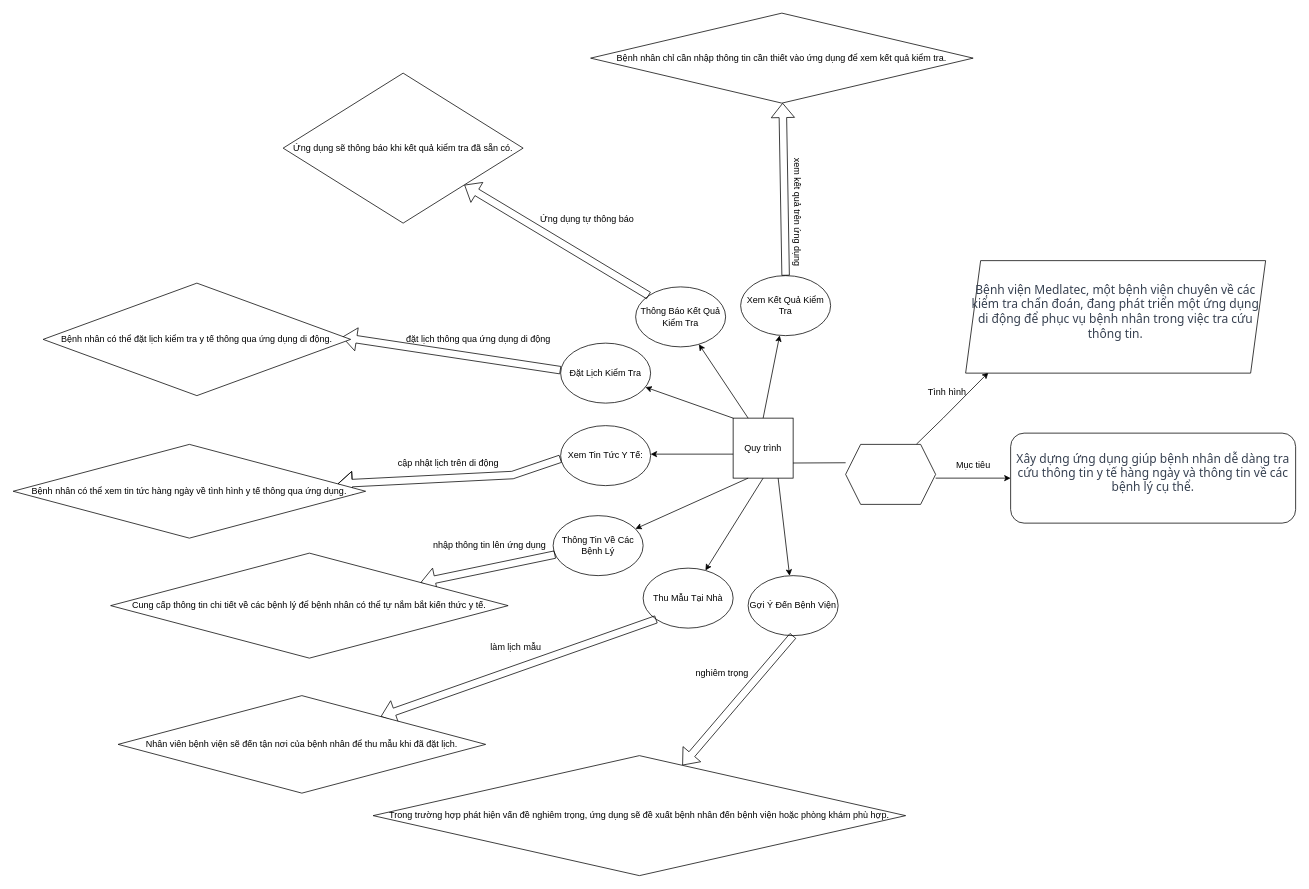
quandne2004/chapter3 keeps this draw.io diagram as Medlatec hospital.drawio. Above is the earlier version. Source tidied: cells renumbered, new cells numbered last; positions are measured from the earlier drawing's top-left corner, leaving out a move shared by most shapes. Both pictures are drawn from the tidied source at 75%, with x=0, y=0 at pixel (13, 13).
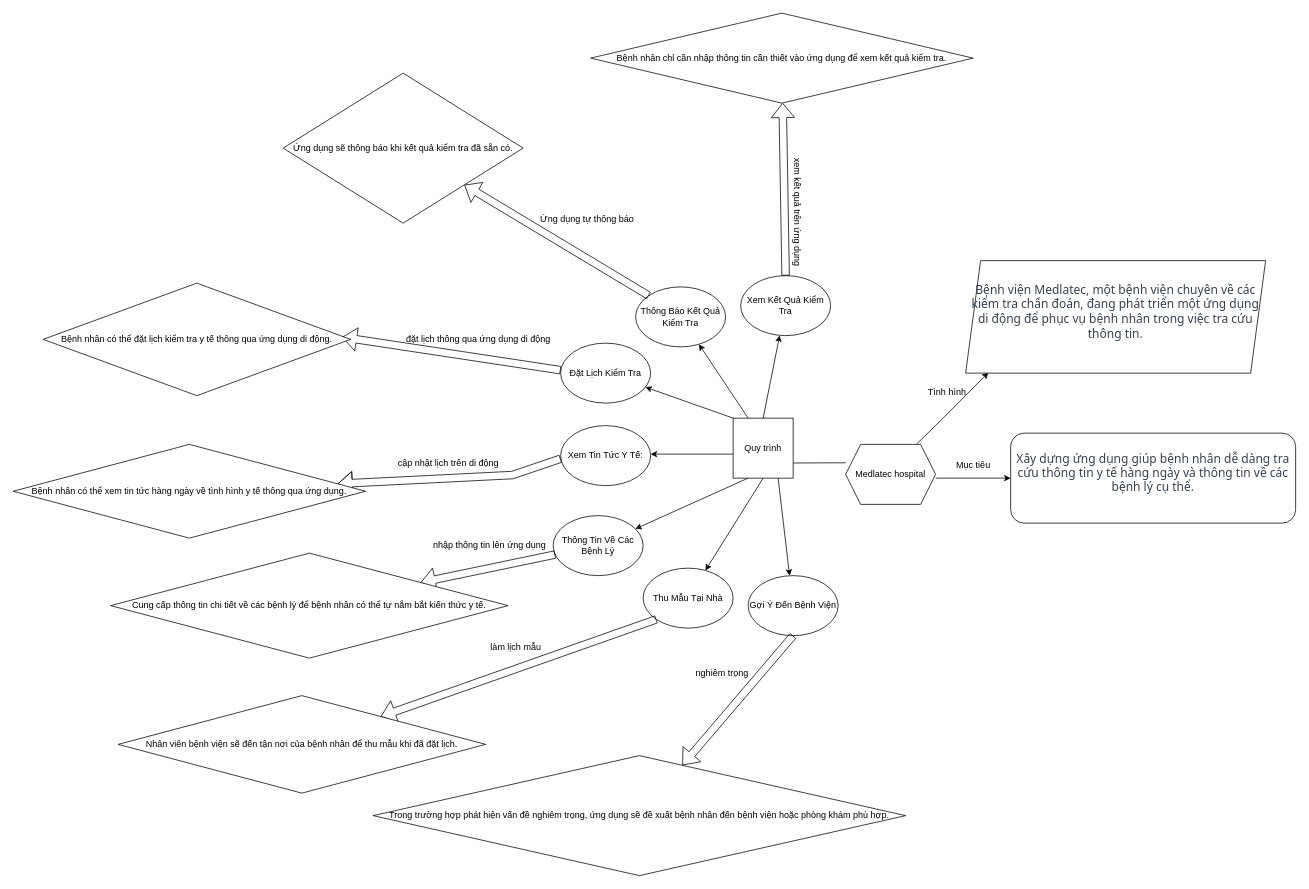
After the change.

Commit message:
Medlatec hospital

What changed in the source:
```diff
@@
-    <mxCell id="45" style="shape=hexagon;perimeter=hexagonPerimeter2;whiteSpace=wrap;html=1;fixedSize=1;" parent="1" vertex="1">
+    <mxCell id="45" value="Medlatec hospital" style="shape=hexagon;perimeter=hexagonPerimeter2;whiteSpace=wrap;html=1;fixedSize=1;" parent="1" vertex="1">
       <mxGeometry x="1110" y="575" width="120" height="80" as="geometry" />
     </mxCell>
```
